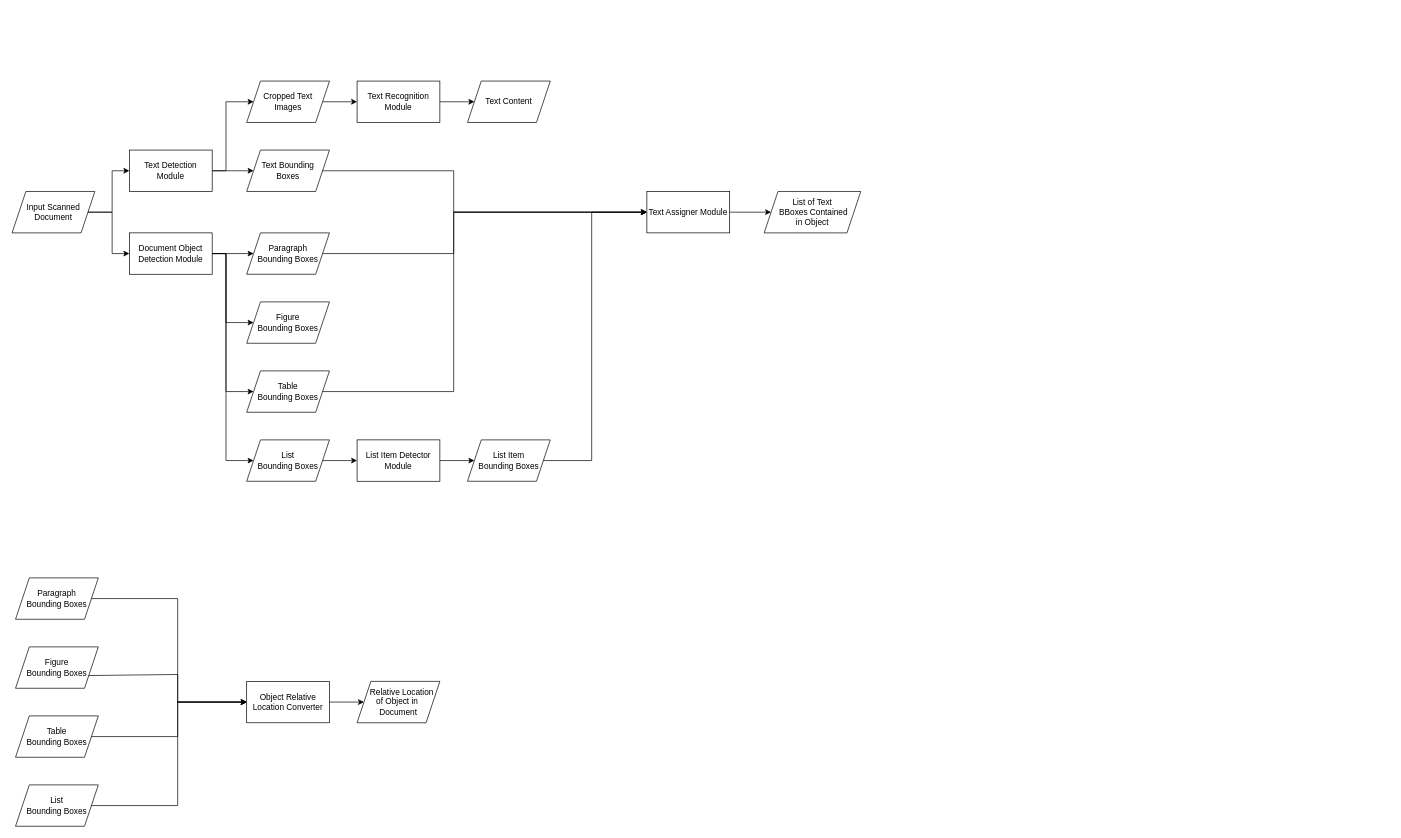
Before: doc-recon.drawio in moewiee/cassava, a draw.io diagram. Source tidied: cells renumbered, new cells numbered last; positions are measured from the earlier drawing's top-left corner, leaving out a move shared by most shapes. Both pictures are drawn from the tidied source at 69%, with x=0, y=0 at pixel (12, 81).
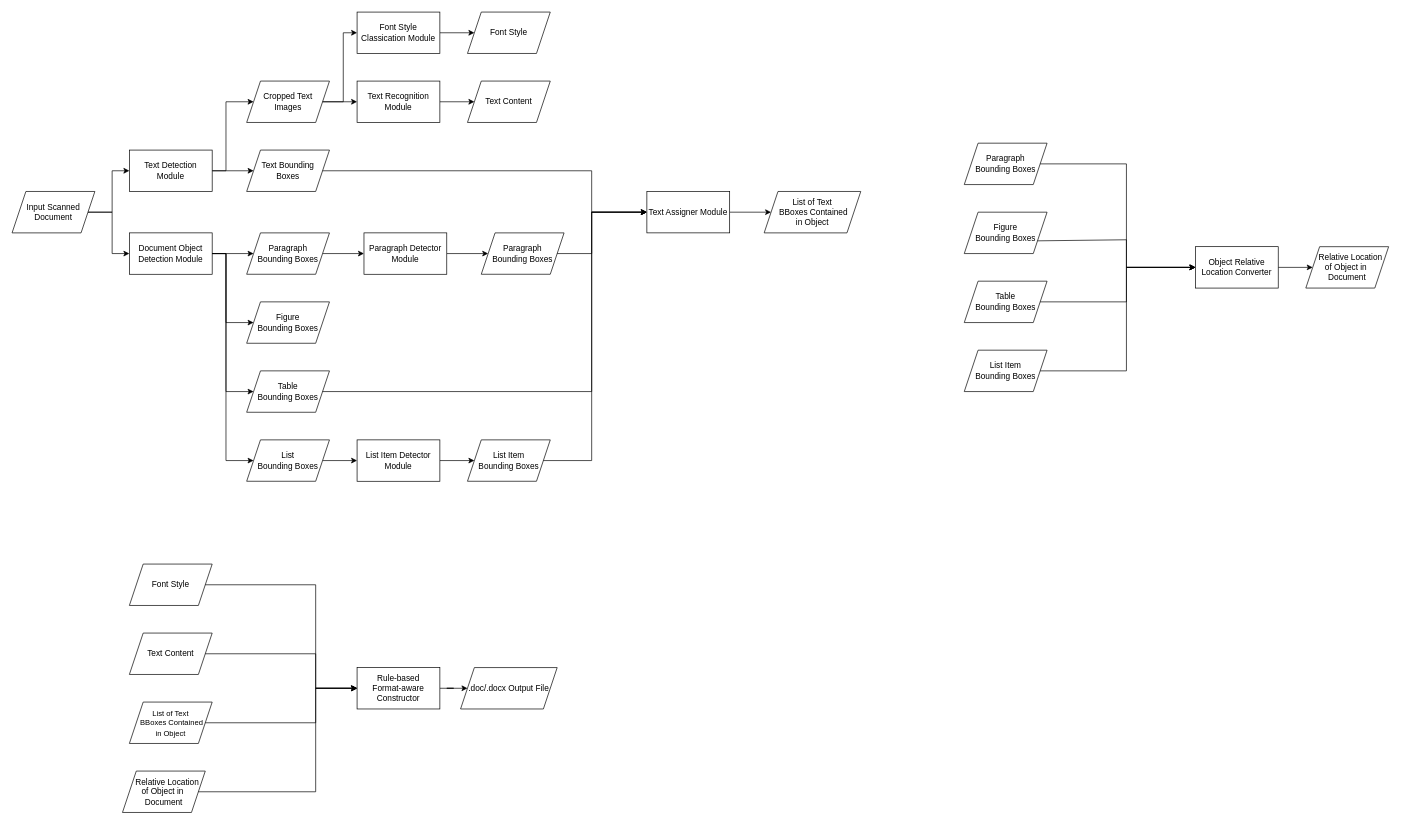
The same diagram, later.

The change refers to these unchanged cells:
```xml
<mxCell id="9" value="Text Bounding &lt;br&gt;Boxes" style="shape=parallelogram;perimeter=parallelogramPerimeter;whiteSpace=wrap;html=1;fixedSize=1;" parent="1" vertex="1">
  <mxGeometry x="340" y="100" width="120" height="60" as="geometry" />
</mxCell>
<mxCell id="11" value="Cropped Text &lt;br&gt;Images" style="shape=parallelogram;perimeter=parallelogramPerimeter;whiteSpace=wrap;html=1;fixedSize=1;" parent="1" vertex="1">
  <mxGeometry x="340" width="120" height="60" as="geometry" />
</mxCell>
<mxCell id="15" value="Paragraph &lt;br&gt;Bounding Boxes" style="shape=parallelogram;perimeter=parallelogramPerimeter;whiteSpace=wrap;html=1;fixedSize=1;" parent="1" vertex="1">
  <mxGeometry x="340" y="220" width="120" height="60" as="geometry" />
</mxCell>
<mxCell id="17" value="Table&lt;br&gt;Bounding Boxes" style="shape=parallelogram;perimeter=parallelogramPerimeter;whiteSpace=wrap;html=1;fixedSize=1;" parent="1" vertex="1">
  <mxGeometry x="340" y="420" width="120" height="60" as="geometry" />
</mxCell>
<mxCell id="28" value="Text Assigner Module" style="rounded=0;whiteSpace=wrap;html=1;" parent="1" vertex="1">
  <mxGeometry x="920" y="160" width="120" height="60" as="geometry" />
</mxCell>
```

The edit, as a diff of the source:
```diff
@@
+    <mxCell id="45" style="edgeStyle=orthogonalEdgeStyle;rounded=0;jettySize=auto;html=1;" parent="1" edge="1" source="15" target="51">
+      <mxGeometry relative="1" as="geometry" />
+    </mxCell>
@@
     <mxCell id="29" style="endArrow=classic;html=1;rounded=0;exitX=1;exitY=0.5;exitDx=0;exitDy=0;entryX=0;entryY=0.5;entryDx=0;entryDy=0;" parent="1" edge="1" source="9" target="28">
       <mxGeometry relative="1" as="geometry">
         <Array as="points">
-          <mxPoint x="640" y="130" />
-          <mxPoint x="640" y="190" />
+          <mxPoint x="840" y="130" />
+          <mxPoint x="840" y="190" />
         </Array>
       </mxGeometry>
     </mxCell>
-    <mxCell id="30" style="endArrow=classic;html=1;rounded=0;exitX=1;exitY=0.5;exitDx=0;exitDy=0;entryX=0;entryY=0.5;entryDx=0;entryDy=0;" parent="1" edge="1" source="15" target="28">
-      <mxGeometry relative="1" as="geometry">
-        <Array as="points">
-          <mxPoint x="640" y="250" />
-          <mxPoint x="640" y="190" />
-        </Array>
-      </mxGeometry>
-    </mxCell>
     <mxCell id="31" style="endArrow=classic;html=1;rounded=0;exitX=1;exitY=0.5;exitDx=0;exitDy=0;entryX=0;entryY=0.5;entryDx=0;entryDy=0;" parent="1" edge="1" source="17" target="28">
       <mxGeometry relative="1" as="geometry">
         <Array as="points">
-          <mxPoint x="640" y="450" />
-          <mxPoint x="640" y="190" />
+          <mxPoint x="840" y="450" />
+          <mxPoint x="840" y="190" />
         </Array>
       </mxGeometry>
     </mxCell>
@@
     <mxCell id="35" value="Object Relative Location Converter" style="rounded=0;whiteSpace=wrap;html=1;" parent="1" vertex="1">
-      <mxGeometry x="340" y="870" width="120" height="60" as="geometry" />
+      <mxGeometry x="1715" y="240" width="120" height="60" as="geometry" />
     </mxCell>
     <mxCell id="36" value="Paragraph &lt;br&gt;Bounding Boxes" style="shape=parallelogram;perimeter=parallelogramPerimeter;whiteSpace=wrap;html=1;fixedSize=1;" parent="1" vertex="1">
-      <mxGeometry x="5" y="720" width="120" height="60" as="geometry" />
+      <mxGeometry x="1380" y="90" width="120" height="60" as="geometry" />
     </mxCell>
     <mxCell id="37" value="Figure&lt;br&gt;Bounding Boxes" style="shape=parallelogram;perimeter=parallelogramPerimeter;whiteSpace=wrap;html=1;fixedSize=1;" parent="1" vertex="1">
-      <mxGeometry x="5" y="820" width="120" height="60" as="geometry" />
+      <mxGeometry x="1380" y="190" width="120" height="60" as="geometry" />
     </mxCell>
     <mxCell id="38" value="Table&lt;br&gt;Bounding Boxes" style="shape=parallelogram;perimeter=parallelogramPerimeter;whiteSpace=wrap;html=1;fixedSize=1;" parent="1" vertex="1">
-      <mxGeometry x="5" y="920" width="120" height="60" as="geometry" />
+      <mxGeometry x="1380" y="290" width="120" height="60" as="geometry" />
     </mxCell>
-    <mxCell id="39" value="List&lt;br&gt;Bounding Boxes" style="shape=parallelogram;perimeter=parallelogramPerimeter;whiteSpace=wrap;html=1;fixedSize=1;" parent="1" vertex="1">
-      <mxGeometry x="5" y="1020" width="120" height="60" as="geometry" />
+    <mxCell id="39" value="List Item&lt;br&gt;Bounding Boxes" style="shape=parallelogram;perimeter=parallelogramPerimeter;whiteSpace=wrap;html=1;fixedSize=1;" parent="1" vertex="1">
+      <mxGeometry x="1380" y="390" width="120" height="60" as="geometry" />
     </mxCell>
     <mxCell id="40" style="endArrow=classic;html=1;rounded=0;exitX=1;exitY=0.5;exitDx=0;exitDy=0;entryX=0;entryY=0.5;entryDx=0;entryDy=0;" parent="1" edge="1" source="36" target="35">
       <mxGeometry relative="1" as="geometry">
         <Array as="points">
-          <mxPoint x="240" y="750" />
-          <mxPoint x="240" y="900" />
+          <mxPoint x="1615" y="120" />
+          <mxPoint x="1615" y="270" />
         </Array>
       </mxGeometry>
     </mxCell>
     <mxCell id="41" style="endArrow=classic;html=1;rounded=0;exitX=1;exitY=0.75;exitDx=0;exitDy=0;entryX=0;entryY=0.5;entryDx=0;entryDy=0;" parent="1" edge="1" source="37" target="35">
       <mxGeometry relative="1" as="geometry">
         <Array as="points">
-          <mxPoint x="240" y="860" />
-          <mxPoint x="240" y="900" />
+          <mxPoint x="1615" y="230" />
+          <mxPoint x="1615" y="270" />
         </Array>
       </mxGeometry>
     </mxCell>
     <mxCell id="42" style="endArrow=classic;html=1;rounded=0;exitX=1;exitY=0.5;exitDx=0;exitDy=0;entryX=0;entryY=0.5;entryDx=0;entryDy=0;" parent="1" edge="1" source="38" target="35">
       <mxGeometry relative="1" as="geometry">
         <Array as="points">
-          <mxPoint x="240" y="950" />
-          <mxPoint x="240" y="900" />
+          <mxPoint x="1615" y="320" />
+          <mxPoint x="1615" y="270" />
         </Array>
       </mxGeometry>
     </mxCell>
     <mxCell id="43" style="endArrow=classic;html=1;rounded=0;exitX=1;exitY=0.5;exitDx=0;exitDy=0;entryX=0;entryY=0.5;entryDx=0;entryDy=0;" parent="1" edge="1" source="39" target="35">
       <mxGeometry relative="1" as="geometry">
         <Array as="points">
-          <mxPoint x="240" y="1050" />
-          <mxPoint x="240" y="900" />
+          <mxPoint x="1615" y="420" />
+          <mxPoint x="1615" y="270" />
         </Array>
       </mxGeometry>
     </mxCell>
     <mxCell id="44" value="&amp;nbsp; &amp;nbsp;Relative Location&lt;br&gt;of Object in&amp;nbsp;&lt;br&gt;Document" style="shape=parallelogram;perimeter=parallelogramPerimeter;whiteSpace=wrap;html=1;fixedSize=1;" parent="1" vertex="1">
-      <mxGeometry x="500" y="870" width="120" height="60" as="geometry" />
+      <mxGeometry x="1875" y="240" width="120" height="60" as="geometry" />
     </mxCell>
+    <mxCell id="46" style="edgeStyle=orthogonalEdgeStyle;rounded=0;jettySize=auto;html=1;" parent="1" edge="1" source="47" target="49">
+      <mxGeometry relative="1" as="geometry" />
+    </mxCell>
+    <mxCell id="47" value="Font Style Classication Module" style="rounded=0;whiteSpace=wrap;html=1;" parent="1" vertex="1">
+      <mxGeometry x="500" y="-100" width="120" height="60" as="geometry" />
+    </mxCell>
+    <mxCell id="48" style="edgeStyle=orthogonalEdgeStyle;rounded=0;jettySize=auto;html=1;exitX=1;exitY=0.5;exitDx=0;exitDy=0;entryX=0;entryY=0.5;entryDx=0;entryDy=0;" parent="1" edge="1" source="11" target="47">
+      <mxGeometry relative="1" as="geometry" />
+    </mxCell>
+    <mxCell id="49" value="Font Style" style="shape=parallelogram;perimeter=parallelogramPerimeter;whiteSpace=wrap;html=1;fixedSize=1;" parent="1" vertex="1">
+      <mxGeometry x="660" y="-100" width="120" height="60" as="geometry" />
+    </mxCell>
+    <mxCell id="50" style="edgeStyle=orthogonalEdgeStyle;rounded=0;jettySize=auto;html=1;" parent="1" edge="1" source="51" target="52">
+      <mxGeometry relative="1" as="geometry" />
+    </mxCell>
+    <mxCell id="51" value="Paragraph Detector Module" style="rounded=0;whiteSpace=wrap;html=1;" parent="1" vertex="1">
+      <mxGeometry x="510" y="220" width="120" height="60" as="geometry" />
+    </mxCell>
+    <mxCell id="52" value="Paragraph&lt;br&gt;Bounding Boxes" style="shape=parallelogram;perimeter=parallelogramPerimeter;whiteSpace=wrap;html=1;fixedSize=1;" parent="1" vertex="1">
+      <mxGeometry x="680" y="220" width="120" height="60" as="geometry" />
+    </mxCell>
+    <mxCell id="53" style="endArrow=classic;html=1;rounded=0;exitX=1;exitY=0.5;exitDx=0;exitDy=0;entryX=0;entryY=0.5;entryDx=0;entryDy=0;" parent="1" edge="1" source="52" target="28">
+      <mxGeometry relative="1" as="geometry">
+        <Array as="points">
+          <mxPoint x="840" y="250" />
+          <mxPoint x="840" y="190" />
+        </Array>
+      </mxGeometry>
+    </mxCell>
+    <mxCell id="54" value="Text Content" style="shape=parallelogram;perimeter=parallelogramPerimeter;whiteSpace=wrap;html=1;fixedSize=1;" parent="1" vertex="1">
+      <mxGeometry x="170" y="800" width="120" height="60" as="geometry" />
+    </mxCell>
+    <mxCell id="55" value="Font Style" style="shape=parallelogram;perimeter=parallelogramPerimeter;whiteSpace=wrap;html=1;fixedSize=1;" parent="1" vertex="1">
+      <mxGeometry x="170" y="700" width="120" height="60" as="geometry" />
+    </mxCell>
+    <mxCell id="56" value="&lt;font style=&quot;font-size: 11px;&quot;&gt;List of Text &lt;br&gt;&amp;nbsp;BBoxes Contained &lt;br&gt;in Object&lt;/font&gt;" style="shape=parallelogram;perimeter=parallelogramPerimeter;whiteSpace=wrap;html=1;fixedSize=1;" parent="1" vertex="1">
+      <mxGeometry x="170" y="900" width="120" height="60" as="geometry" />
+    </mxCell>
+    <mxCell id="57" value="&amp;nbsp; &amp;nbsp;Relative Location&lt;br&gt;of Object in&amp;nbsp;&lt;br&gt;Document" style="shape=parallelogram;perimeter=parallelogramPerimeter;whiteSpace=wrap;html=1;fixedSize=1;" parent="1" vertex="1">
+      <mxGeometry x="160" y="1000" width="120" height="60" as="geometry" />
+    </mxCell>
+    <mxCell id="58" style="edgeStyle=orthogonalEdgeStyle;rounded=0;jettySize=auto;html=1;fontSize=11;" parent="1" edge="1" source="59" target="64">
+      <mxGeometry relative="1" as="geometry" />
+    </mxCell>
+    <mxCell id="59" value="Rule-based &lt;br&gt;Format-aware Constructor" style="rounded=0;whiteSpace=wrap;html=1;" parent="1" vertex="1">
+      <mxGeometry x="500" y="850" width="120" height="60" as="geometry" />
+    </mxCell>
+    <mxCell id="60" style="endArrow=classic;html=1;rounded=0;fontSize=11;exitX=1;exitY=0.5;exitDx=0;exitDy=0;entryX=0;entryY=0.5;entryDx=0;entryDy=0;" parent="1" edge="1" source="55" target="59">
+      <mxGeometry relative="1" as="geometry">
+        <Array as="points">
+          <mxPoint x="440" y="730" />
+          <mxPoint x="440" y="880" />
+        </Array>
+      </mxGeometry>
+    </mxCell>
+    <mxCell id="61" style="endArrow=classic;html=1;rounded=0;fontSize=11;exitX=1;exitY=0.5;exitDx=0;exitDy=0;entryX=0;entryY=0.5;entryDx=0;entryDy=0;" parent="1" edge="1" source="54" target="59">
+      <mxGeometry relative="1" as="geometry">
+        <Array as="points">
+          <mxPoint x="440" y="830" />
+          <mxPoint x="440" y="880" />
+        </Array>
+      </mxGeometry>
+    </mxCell>
+    <mxCell id="62" style="endArrow=classic;html=1;rounded=0;fontSize=11;exitX=1;exitY=0.5;exitDx=0;exitDy=0;entryX=0;entryY=0.5;entryDx=0;entryDy=0;" parent="1" edge="1" source="56" target="59">
+      <mxGeometry relative="1" as="geometry">
+        <Array as="points">
+          <mxPoint x="440" y="930" />
+          <mxPoint x="440" y="880" />
+        </Array>
+      </mxGeometry>
+    </mxCell>
+    <mxCell id="63" style="endArrow=classic;html=1;rounded=0;fontSize=11;exitX=1;exitY=0.5;exitDx=0;exitDy=0;entryX=0;entryY=0.5;entryDx=0;entryDy=0;" parent="1" edge="1" source="57" target="59">
+      <mxGeometry relative="1" as="geometry">
+        <Array as="points">
+          <mxPoint x="440" y="1030" />
+          <mxPoint x="440" y="880" />
+        </Array>
+      </mxGeometry>
+    </mxCell>
+    <mxCell id="64" value=".doc/.docx Output File" style="shape=parallelogram;perimeter=parallelogramPerimeter;whiteSpace=wrap;html=1;fixedSize=1;" parent="1" vertex="1">
+      <mxGeometry x="650" y="850" width="140" height="60" as="geometry" />
+    </mxCell>
```
